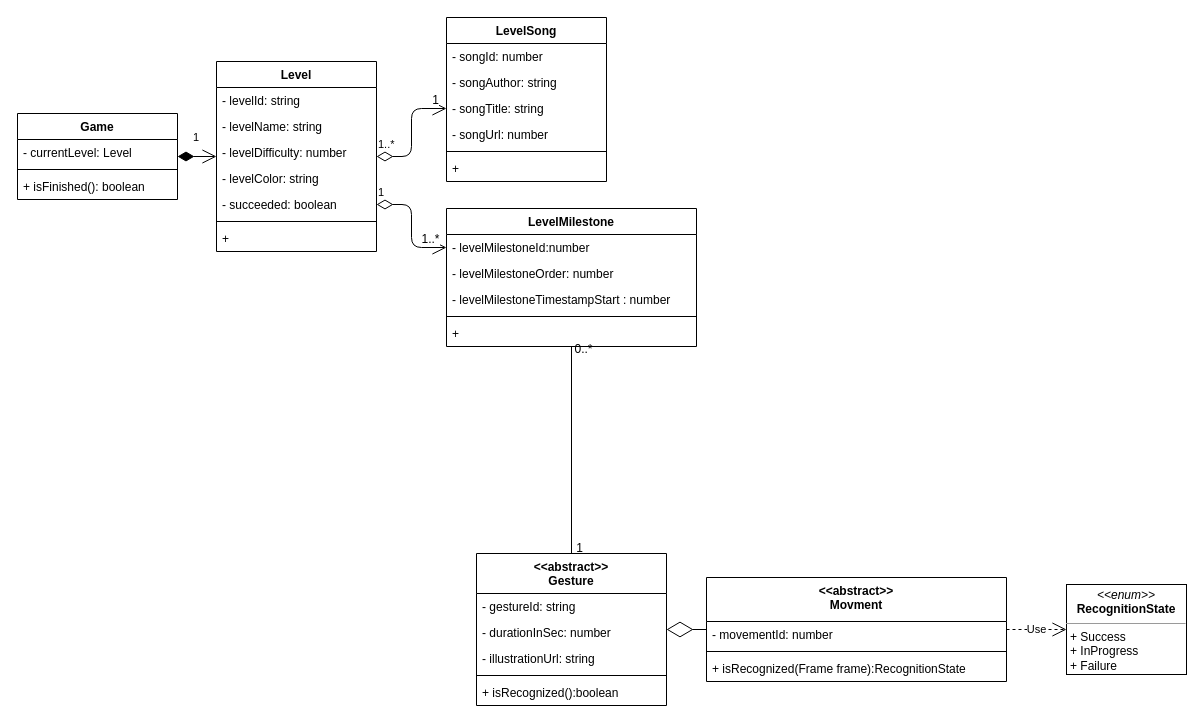
GesturesHero/GesturesHero keeps this draw.io diagram as documents/diagrams/GesturesHero - Model - Class Diagram.drawio. Above is the earlier version. Source tidied: cells renumbered, new cells numbered last; positions are measured from the earlier drawing's top-left corner, leaving out a move shared by most shapes. Both pictures are drawn from the tidied source at 100%, with x=0, y=0 at pixel (17, 17).
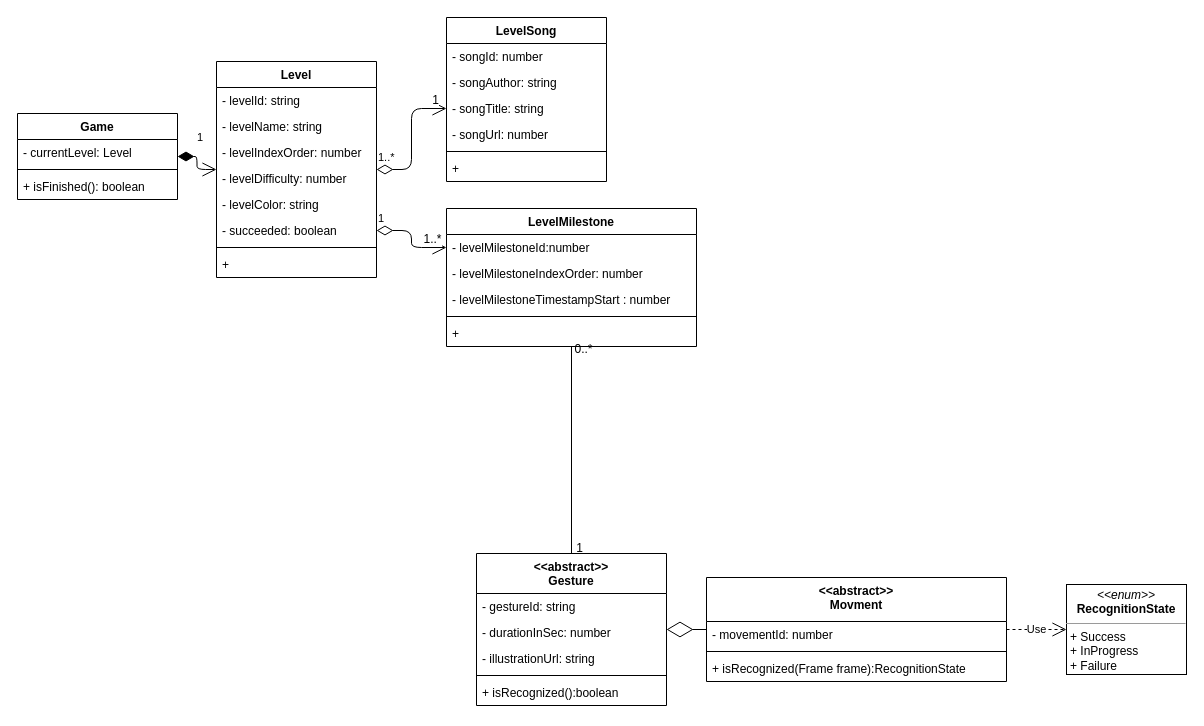
After the change.

The change refers to these unchanged cells:
```xml
<mxCell id="32" value="LevelMilestone" style="swimlane;fontStyle=1;align=center;verticalAlign=top;horizontal=1;startSize=26;" parent="1" vertex="1">
  <mxGeometry x="429" y="191" width="250" height="138" as="geometry" />
</mxCell>
```

What changed in the source:
```diff
@@
     <mxCell id="17" value="Level" style="swimlane;fontStyle=1;align=center;verticalAlign=top;horizontal=1;startSize=26;" parent="1" vertex="1">
-      <mxGeometry x="199" y="44" width="160" height="190" as="geometry" />
+      <mxGeometry x="199" y="44" width="160" height="216" as="geometry" />
     </mxCell>
@@
+    <mxCell id="48" value="- levelName: string" style="text;strokeColor=none;fillColor=none;align=left;verticalAlign=top;spacingLeft=4;spacingRight=4;overflow=hidden;" parent="17" vertex="1">
+      <mxGeometry y="52" width="160" height="26" as="geometry" />
+    </mxCell>
-    <mxCell id="19" value="- levelName: string" style="text;strokeColor=none;fillColor=none;align=left;verticalAlign=top;spacingLeft=4;spacingRight=4;overflow=hidden;" parent="17" vertex="1">
-      <mxGeometry y="52" width="160" height="26" as="geometry" />
+    <mxCell id="19" value="- levelIndexOrder: number" style="text;strokeColor=none;fillColor=none;align=left;verticalAlign=top;spacingLeft=4;spacingRight=4;overflow=hidden;" parent="17" vertex="1">
+      <mxGeometry y="78" width="160" height="26" as="geometry" />
     </mxCell>
     <mxCell id="20" value="- levelDifficulty: number" style="text;strokeColor=none;fillColor=none;align=left;verticalAlign=top;spacingLeft=4;spacingRight=4;overflow=hidden;" parent="17" vertex="1">
-      <mxGeometry y="78" width="160" height="26" as="geometry" />
+      <mxGeometry y="104" width="160" height="26" as="geometry" />
     </mxCell>
     <mxCell id="21" value="- levelColor: string" style="text;strokeColor=none;fillColor=none;align=left;verticalAlign=top;spacingLeft=4;spacingRight=4;overflow=hidden;" parent="17" vertex="1">
-      <mxGeometry y="104" width="160" height="26" as="geometry" />
+      <mxGeometry y="130" width="160" height="26" as="geometry" />
     </mxCell>
     <mxCell id="22" value="- succeeded: boolean" style="text;strokeColor=none;fillColor=none;align=left;verticalAlign=top;spacingLeft=4;spacingRight=4;overflow=hidden;points=[[0,0.5],[1,0.5]];portConstraint=eastwest;" parent="17" vertex="1">
-      <mxGeometry y="130" width="160" height="26" as="geometry" />
+      <mxGeometry y="156" width="160" height="26" as="geometry" />
     </mxCell>
     <mxCell id="23" style="line;strokeWidth=1;fillColor=none;align=left;verticalAlign=middle;spacingTop=-1;spacingLeft=3;spacingRight=3;labelPosition=right;" parent="17" vertex="1">
-      <mxGeometry y="156" width="160" height="8" as="geometry" />
+      <mxGeometry y="182" width="160" height="8" as="geometry" />
     </mxCell>
     <mxCell id="24" value="+" style="text;strokeColor=none;fillColor=none;align=left;verticalAlign=top;spacingLeft=4;spacingRight=4;overflow=hidden;" parent="17" vertex="1">
-      <mxGeometry y="164" width="160" height="26" as="geometry" />
+      <mxGeometry y="190" width="160" height="26" as="geometry" />
     </mxCell>
@@
-    <mxCell id="34" value="- levelMilestoneOrder: number" style="text;strokeColor=none;fillColor=none;align=left;verticalAlign=top;spacingLeft=4;spacingRight=4;overflow=hidden;" parent="32" vertex="1">
+    <mxCell id="34" value="- levelMilestoneIndexOrder: number" style="text;strokeColor=none;fillColor=none;align=left;verticalAlign=top;spacingLeft=4;spacingRight=4;overflow=hidden;" parent="32" vertex="1">
       <mxGeometry y="52" width="250" height="26" as="geometry" />
     </mxCell>
```
